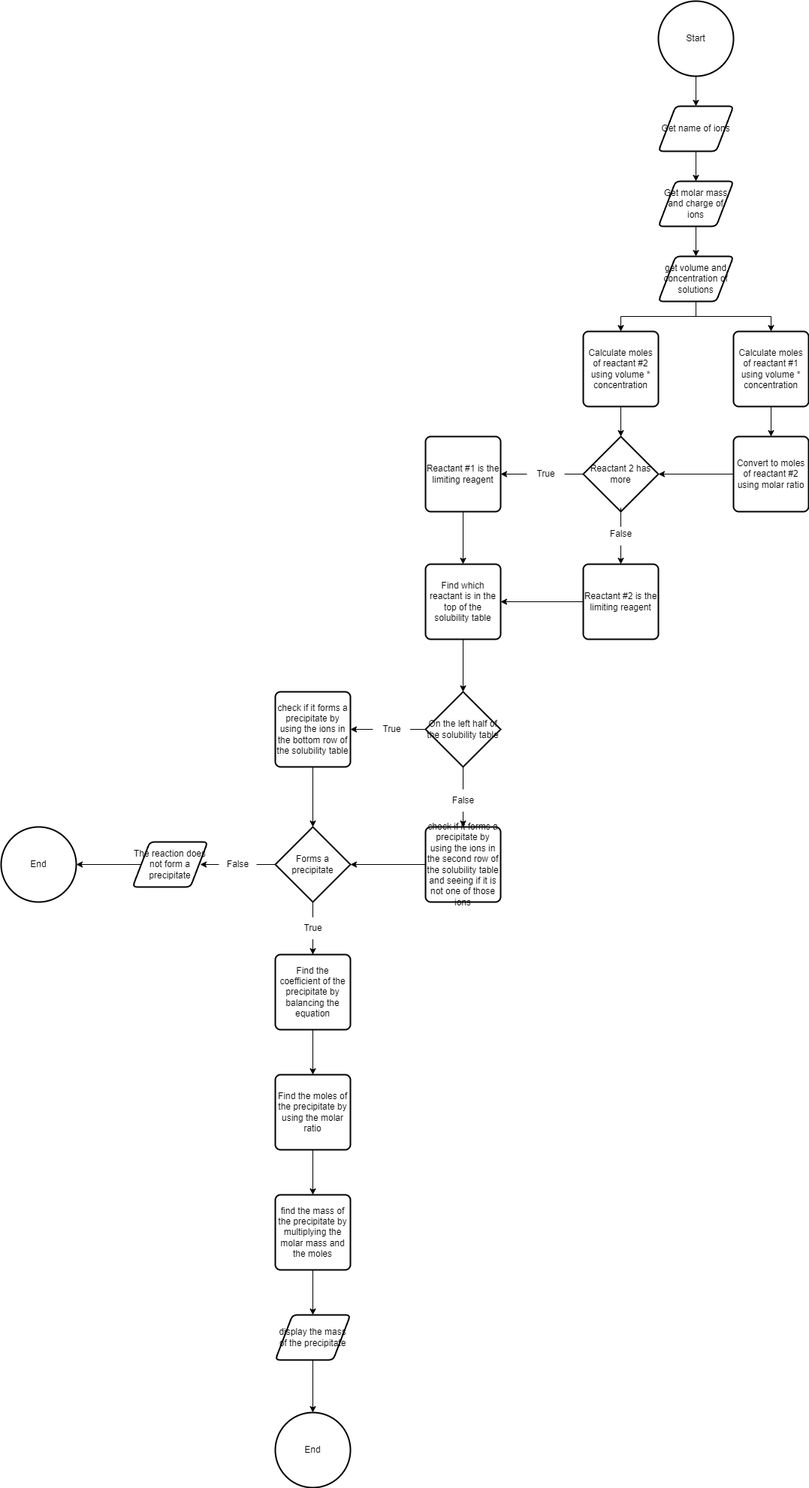
mimimelonxxxx/CSE2120-Project keeps this draw.io diagram as Precipitate Calculator.png. Above is the earlier version. Source tidied: cells renumbered, new cells last; positions are measured from the earlier drawing's top-left corner, leaving out a move shared by most shapes.
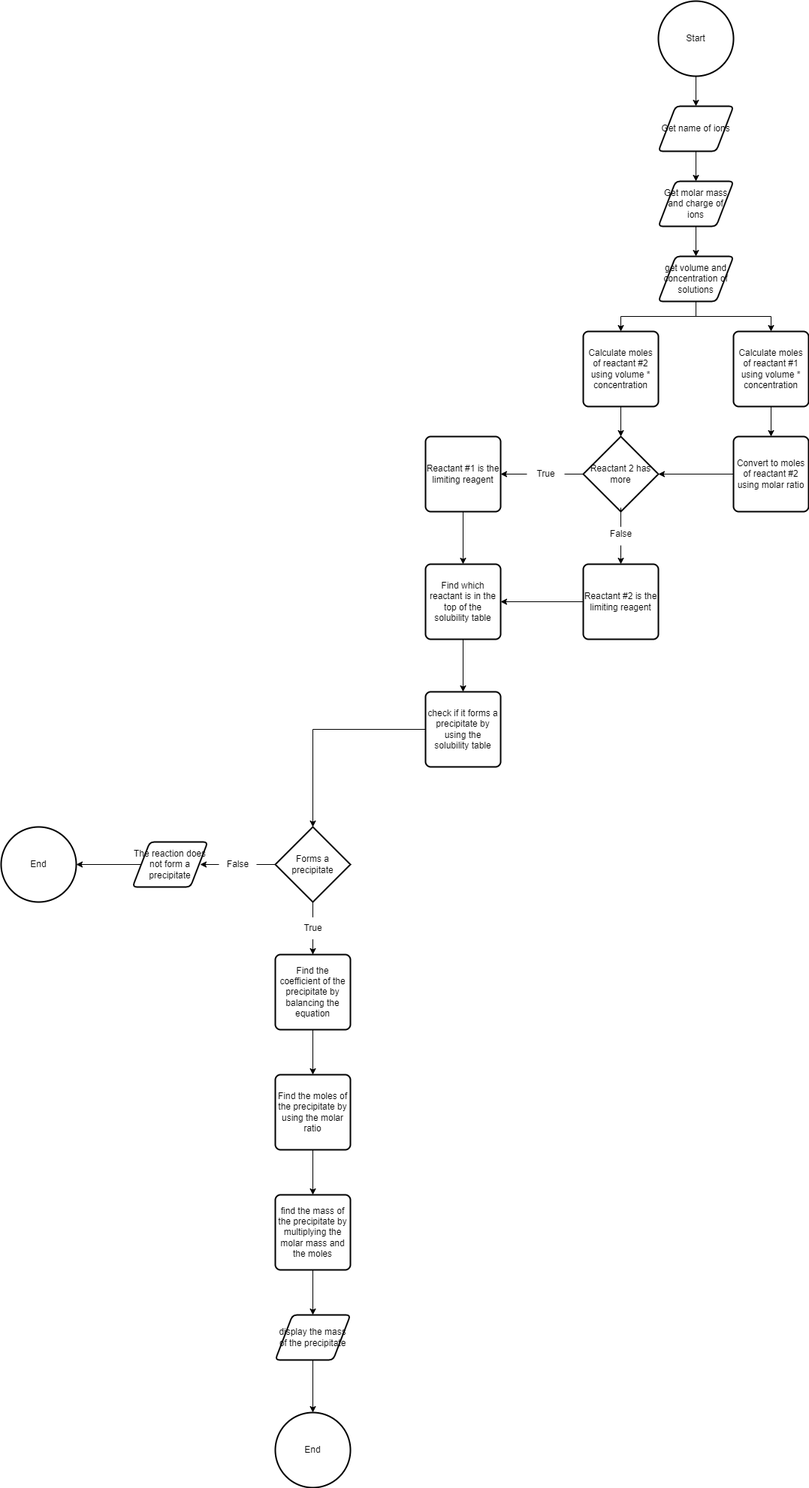
The same file after the commit.

What changed in the source:
```diff
@@ -80,8 +80,10 @@
     <mxCell id="27" style="edgeStyle=orthogonalEdgeStyle;rounded=0;jettySize=auto;html=1;endArrow=none;" parent="1" edge="1" source="19" target="26">
       <mxGeometry relative="1" as="geometry" />
     </mxCell>
-    <mxCell id="28" style="edgeStyle=orthogonalEdgeStyle;rounded=0;jettySize=auto;html=1;" parent="1" edge="1" source="29" target="34">
-      <mxGeometry relative="1" as="geometry" />
+    <mxCell id="28" style="edgeStyle=orthogonalEdgeStyle;rounded=0;jettySize=auto;html=1;" parent="1" edge="1" source="29">
+      <mxGeometry relative="1" as="geometry">
+        <mxPoint x="615" y="920" as="targetPoint" />
+      </mxGeometry>
     </mxCell>
     <mxCell id="29" value="Find which reactant is in the top of the solubility table" style="rounded=1;whiteSpace=wrap;html=1;absoluteArcSize=1;arcSize=14;strokeWidth=2;" parent="1" vertex="1">
       <mxGeometry x="565" y="750" width="100" height="100" as="geometry" />
@@ -91,38 +93,9 @@
         <mxPoint x="415" y="1100" as="targetPoint" />
       </mxGeometry>
     </mxCell>
-    <mxCell id="31" value="check if it forms a precipitate by using the ions in the bottom row of the solubility table" style="rounded=1;whiteSpace=wrap;html=1;absoluteArcSize=1;arcSize=14;strokeWidth=2;" parent="1" vertex="1">
-      <mxGeometry x="365" y="920" width="100" height="100" as="geometry" />
+    <mxCell id="31" value="check if it forms a precipitate by using the solubility table" style="rounded=1;whiteSpace=wrap;html=1;absoluteArcSize=1;arcSize=14;strokeWidth=2;" parent="1" vertex="1">
+      <mxGeometry x="565" y="920" width="100" height="100" as="geometry" />
     </mxCell>
-    <mxCell id="32" style="edgeStyle=orthogonalEdgeStyle;rounded=0;jettySize=auto;html=1;startArrow=none;" parent="1" edge="1" source="35" target="31">
-      <mxGeometry relative="1" as="geometry" />
-    </mxCell>
-    <mxCell id="33" style="edgeStyle=orthogonalEdgeStyle;rounded=0;jettySize=auto;html=1;startArrow=none;" parent="1" edge="1" source="39" target="38">
-      <mxGeometry relative="1" as="geometry" />
-    </mxCell>
-    <mxCell id="34" value="On the left half of the solubility table" style="strokeWidth=2;html=1;shape=mxgraph.flowchart.decision;whiteSpace=wrap;" parent="1" vertex="1">
-      <mxGeometry x="565" y="920" width="100" height="100" as="geometry" />
-    </mxCell>
-    <mxCell id="35" value="True" style="text;html=1;align=center;verticalAlign=middle;points=[];strokeColor=none;fillColor=none;" parent="1" vertex="1">
-      <mxGeometry x="495" y="955" width="50" height="30" as="geometry" />
-    </mxCell>
-    <mxCell id="36" style="edgeStyle=orthogonalEdgeStyle;rounded=0;jettySize=auto;html=1;endArrow=none;" parent="1" edge="1" source="34" target="35">
-      <mxGeometry relative="1" as="geometry" />
-    </mxCell>
-    <mxCell id="37" style="edgeStyle=orthogonalEdgeStyle;rounded=0;jettySize=auto;html=1;" parent="1" edge="1" source="38">
-      <mxGeometry relative="1" as="geometry">
-        <mxPoint x="465" y="1150" as="targetPoint" />
-      </mxGeometry>
-    </mxCell>
-    <mxCell id="38" value="check if it forms a precipitate by using the ions in the second row of the solubility table and seeing if it is not one of those ions" style="rounded=1;whiteSpace=wrap;html=1;absoluteArcSize=1;arcSize=14;strokeWidth=2;" parent="1" vertex="1">
-      <mxGeometry x="565" y="1100" width="100" height="100" as="geometry" />
-    </mxCell>
-    <mxCell id="39" value="False" style="text;html=1;align=center;verticalAlign=middle;points=[];strokeColor=none;fillColor=none;" parent="1" vertex="1">
-      <mxGeometry x="590" y="1050" width="50" height="30" as="geometry" />
-    </mxCell>
-    <mxCell id="40" style="edgeStyle=orthogonalEdgeStyle;rounded=0;jettySize=auto;html=1;endArrow=none;" parent="1" edge="1" source="34" target="39">
-      <mxGeometry relative="1" as="geometry" />
-    </mxCell>
     <mxCell id="41" style="edgeStyle=orthogonalEdgeStyle;rounded=0;jettySize=auto;html=1;startArrow=none;" parent="1" edge="1" source="46" target="45">
       <mxGeometry relative="1" as="geometry" />
     </mxCell>
```
